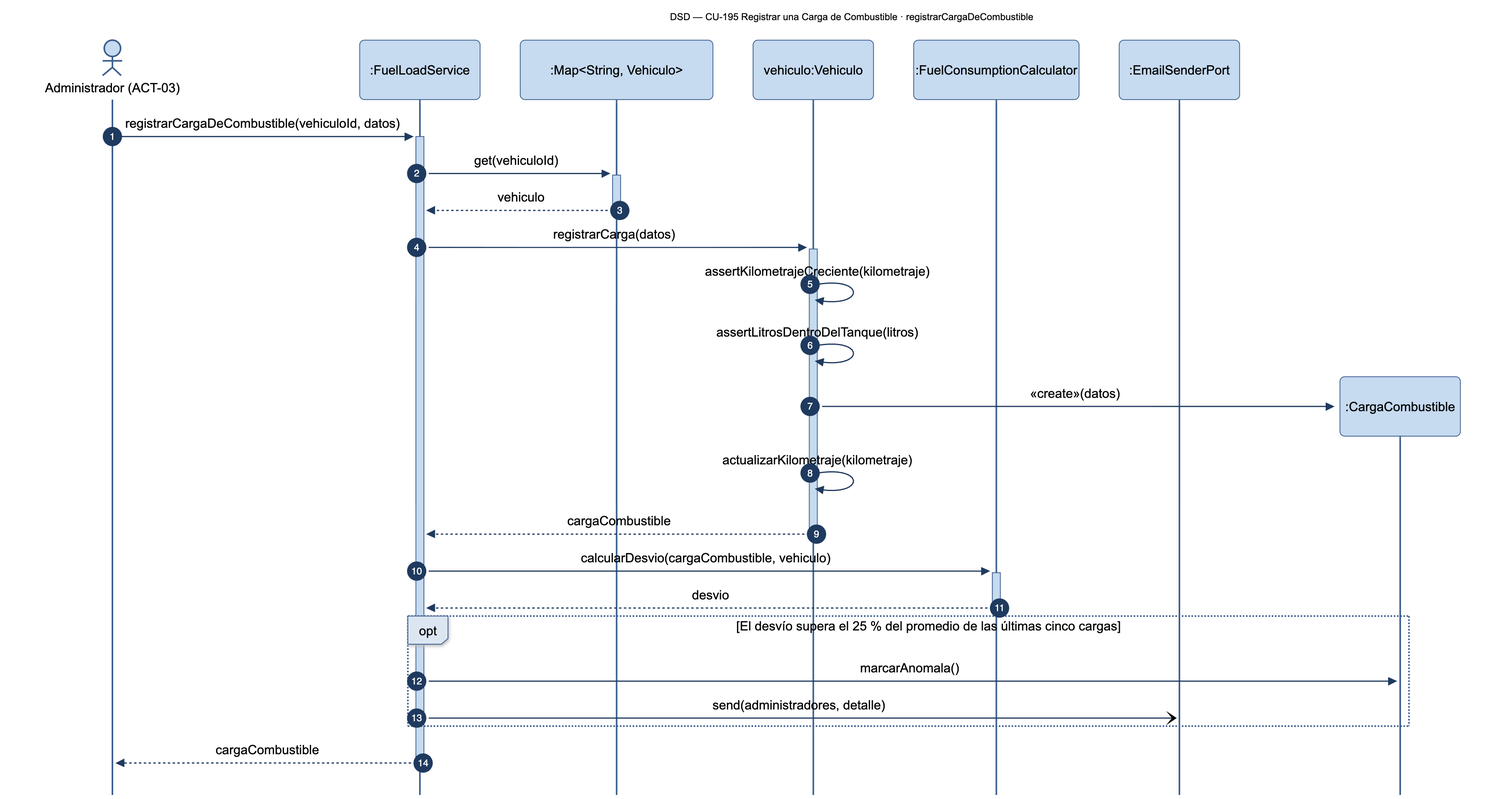
Nahuelito-Dev/splg-docs keeps this Mermaid diagram as diagramas/png/DSD_CU-195_registrarCargaDeCombustible.png. Above is the earlier version. Its source is kept beside it as diagramas/DSD_CU-195_registrarCargaDeCombustible.mmd.
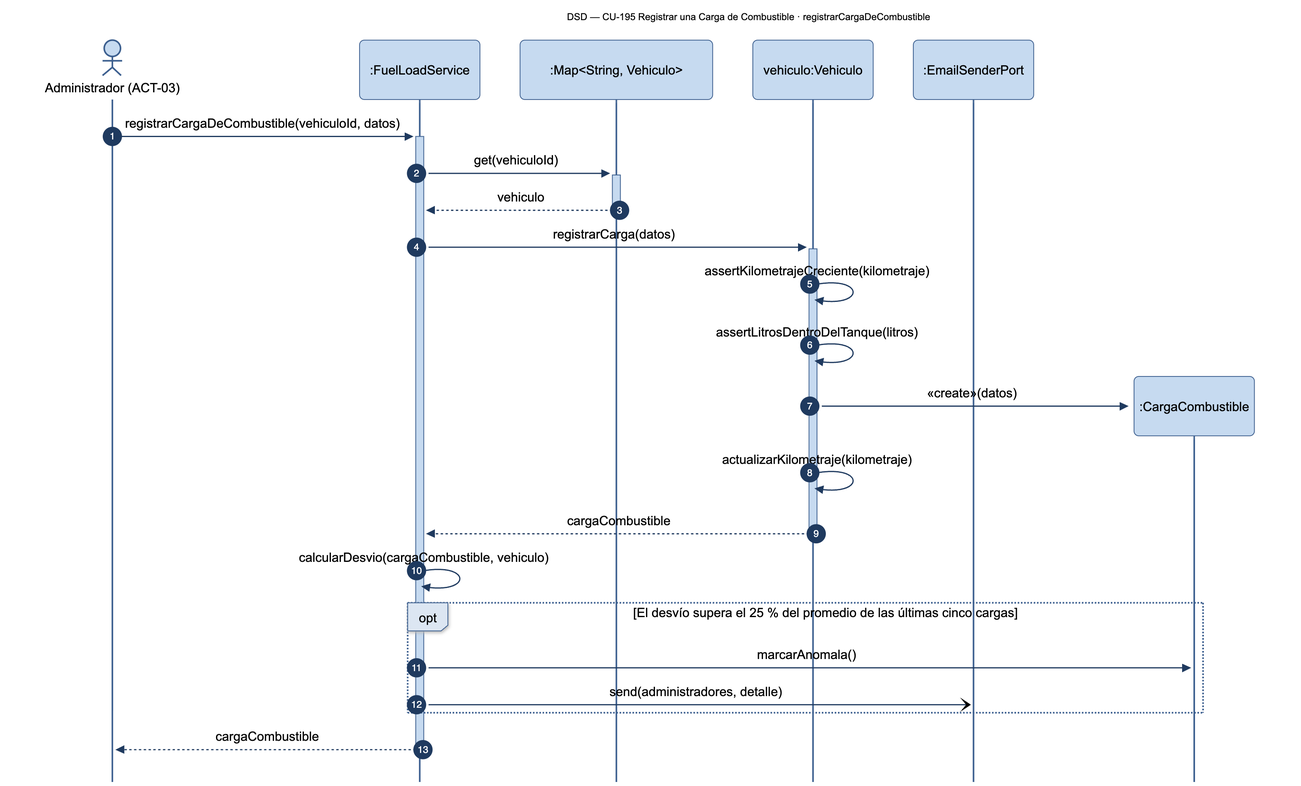
Later version of the same file.

Diff of the diagram source:
```diff
@@ -5,7 +5,6 @@
     participant SRV as :FuelLoadService
     participant COV as :Map#lt;String, Vehiculo#gt;
     participant VEH as vehiculo:Vehiculo
-    participant CAL as :FuelConsumptionCalculator
     participant MAI as :EmailSenderPort
 
     ADM->>+SRV: registrarCargaDeCombustible(vehiculoId, datos)
@@ -18,8 +17,7 @@
     VEH->>CAR: «create»(datos)
     VEH->>VEH: actualizarKilometraje(kilometraje)
     VEH-->>-SRV: cargaCombustible
-    SRV->>+CAL: calcularDesvio(cargaCombustible, vehiculo)
-    CAL-->>-SRV: desvio
+    SRV->>SRV: calcularDesvio(cargaCombustible, vehiculo)
     opt El desvío supera el 25 % del promedio de las últimas cinco cargas
         SRV->>CAR: marcarAnomala()
         SRV-)MAI: send(administradores, detalle)
```
